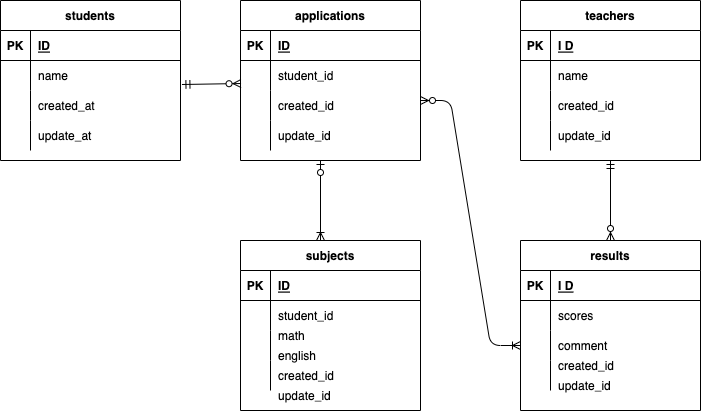
The draw.io diagram index.drawio.png in FukumuraTakayuki/20221019ERtest, before a commit. Source tidied: cells renumbered, new cells last; positions are measured from the earlier drawing's top-left corner, leaving out a move shared by most shapes.
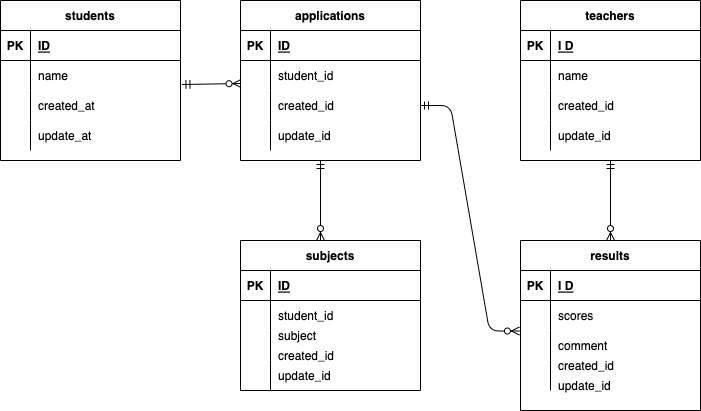
After the change.

What changed in the source:
```diff
@@ -81,7 +81,7 @@
       <mxGeometry x="30" width="150" height="30" as="geometry" />
     </mxCell>
     <mxCell id="28" value="subjects" style="shape=table;startSize=30;rowLines=0;fontStyle=1;align=center;" parent="1" vertex="1">
-      <mxGeometry x="240" y="240" width="180" height="170" as="geometry" />
+      <mxGeometry x="240" y="240" width="180" height="150" as="geometry" />
     </mxCell>
     <mxCell id="29" style="shape=partialRectangle;fillColor=none;top=0;left=0;bottom=1;right=0;" parent="28" vertex="1">
       <mxGeometry y="30" width="180" height="30" as="geometry" />
@@ -198,10 +198,10 @@
       <mxGeometry x="30" width="150" height="30" as="geometry" />
     </mxCell>
     <mxCell id="67" value="created_id" style="shape=partialRectangle;fillColor=none;top=0;left=0;bottom=0;right=0;align=left;spacingLeft=6;overflow=hidden;" parent="1" vertex="1">
-      <mxGeometry x="270" y="360" width="150" height="30" as="geometry" />
+      <mxGeometry x="270" y="340" width="150" height="30" as="geometry" />
     </mxCell>
     <mxCell id="68" value="update_id" style="shape=partialRectangle;fillColor=none;top=0;left=0;bottom=0;right=0;align=left;spacingLeft=6;overflow=hidden;" parent="1" vertex="1">
-      <mxGeometry x="270" y="380" width="150" height="30" as="geometry" />
+      <mxGeometry x="270" y="360" width="150" height="30" as="geometry" />
     </mxCell>
     <mxCell id="69" value="created_id" style="shape=partialRectangle;fillColor=none;top=0;left=0;bottom=0;right=0;align=left;spacingLeft=6;overflow=hidden;" parent="1" vertex="1">
       <mxGeometry x="550" y="350" width="150" height="30" as="geometry" />
@@ -215,22 +215,17 @@
     <mxCell id="72" style="fontSize=12;html=1;endArrow=ERzeroToMany;startArrow=ERmandOne;exitX=0.5;exitY=1;exitDx=0;exitDy=0;entryX=0.5;entryY=0;entryDx=0;entryDy=0;" parent="1" edge="1" source="54" target="41">
       <mxGeometry relative="1" as="geometry" />
     </mxCell>
-    <mxCell id="73" value="english" style="shape=partialRectangle;fillColor=none;top=0;left=0;bottom=0;right=0;align=left;spacingLeft=6;overflow=hidden;" parent="1" vertex="1">
-      <mxGeometry x="270" y="340" width="150" height="30" as="geometry" />
-    </mxCell>
-    <mxCell id="74" value="math" style="shape=partialRectangle;fillColor=none;top=0;left=0;bottom=0;right=0;align=left;spacingLeft=6;overflow=hidden;" parent="1" vertex="1">
+    <mxCell id="74" value="subject" style="shape=partialRectangle;fillColor=none;top=0;left=0;bottom=0;right=0;align=left;spacingLeft=6;overflow=hidden;" parent="1" vertex="1">
       <mxGeometry x="270" y="320" width="150" height="30" as="geometry" />
     </mxCell>
-    <mxCell id="75" style="edgeStyle=entityRelationEdgeStyle;fontSize=12;html=1;endArrow=ERoneToMany;startArrow=ERzeroToMany;entryX=0;entryY=0.5;entryDx=0;entryDy=0;" parent="1" edge="1" target="48">
-      <mxGeometry relative="1" as="geometry">
-        <mxPoint x="420" y="100" as="sourcePoint" />
-      </mxGeometry>
-    </mxCell>
-    <mxCell id="76" style="fontSize=12;html=1;endArrow=ERoneToMany;startArrow=ERzeroToOne;" parent="1" edge="1">
-      <mxGeometry relative="1" as="geometry">
-        <mxPoint x="320" y="160" as="sourcePoint" />
-        <mxPoint x="320" y="240" as="targetPoint" />
-      </mxGeometry>
-    </mxCell>
+    <mxCell id="77" style="edgeStyle=entityRelationEdgeStyle;fontSize=12;html=1;endArrow=ERzeroToMany;startArrow=ERmandOne;exitX=1;exitY=0.5;exitDx=0;exitDy=0;entryX=-0.006;entryY=0.017;entryDx=0;entryDy=0;entryPerimeter=0;" parent="1" edge="1" source="22" target="48">
+      <mxGeometry relative="1" as="geometry" />
+    </mxCell>
+    <mxCell id="78" style="fontSize=12;html=1;endArrow=ERzeroToMany;startArrow=ERmandOne;" parent="1" edge="1">
+      <mxGeometry relative="1" as="geometry">
+        <mxPoint x="320" y="160" as="sourcePoint" />
+        <mxPoint x="320" y="240" as="targetPoint" />
+      </mxGeometry>
+    </mxCell>
   </root>
 </mxGraphModel>
```
